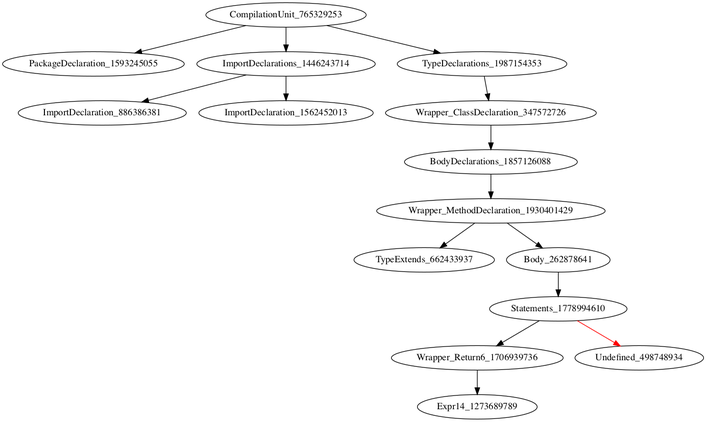
icse2023material/VoiceJava keeps this Graphviz diagram as holeAST.png. Above is the earlier version. Its source is kept beside it as holeAST.dot.
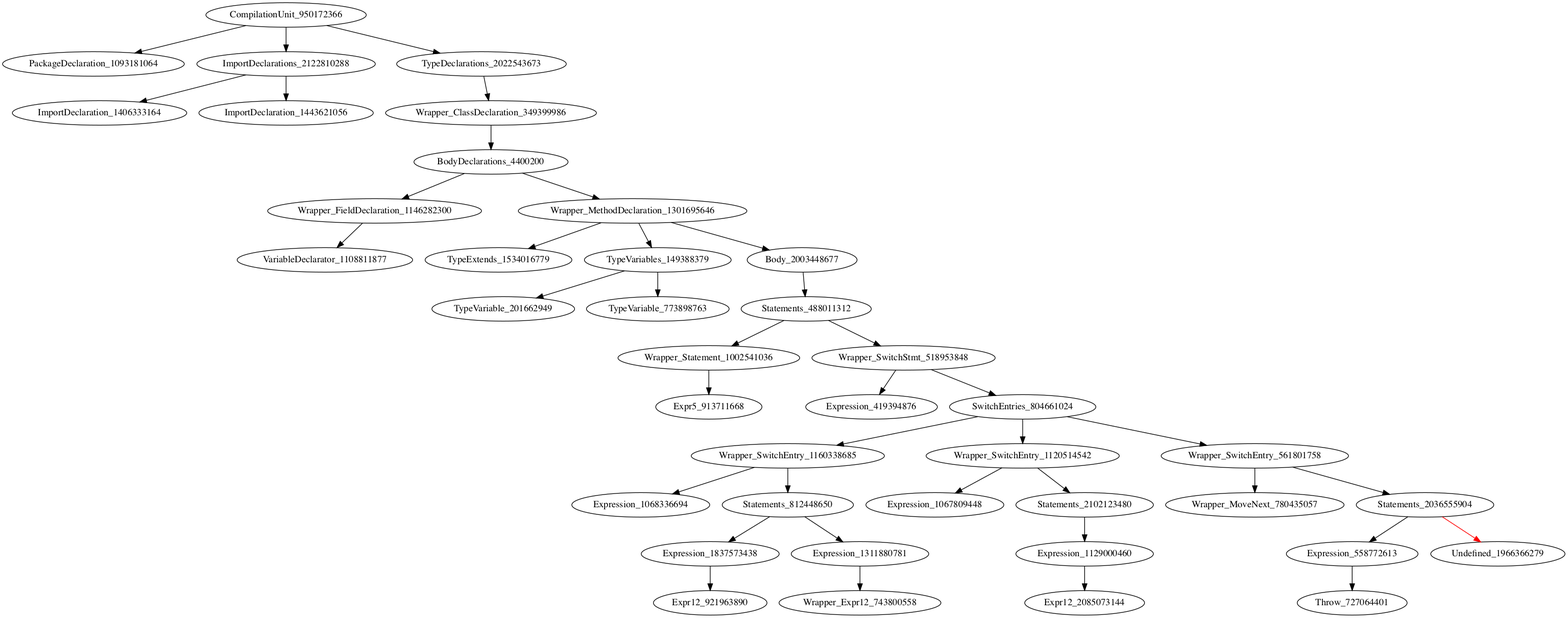
The same diagram one commit later.

Commit message:
[add] throw generation

Diff of the diagram source:
```diff
@@ -1,16 +1,41 @@
 digraph {
-CompilationUnit_765329253 -> PackageDeclaration_1593245055
-CompilationUnit_765329253 -> ImportDeclarations_1446243714
-CompilationUnit_765329253 -> TypeDeclarations_1987154353
-ImportDeclarations_1446243714 -> ImportDeclaration_886386381
-ImportDeclarations_1446243714 -> ImportDeclaration_1562452013
-TypeDeclarations_1987154353 -> Wrapper_ClassDeclaration_347572726
-Wrapper_ClassDeclaration_347572726 -> BodyDeclarations_1857126088
-BodyDeclarations_1857126088 -> Wrapper_MethodDeclaration_1930401429
-Wrapper_MethodDeclaration_1930401429 -> TypeExtends_662433937
-Wrapper_MethodDeclaration_1930401429 -> Body_262878641
-Body_262878641 -> Statements_1778994610
-Statements_1778994610 -> Wrapper_Return6_1706939736
-Statements_1778994610 -> Undefined_498748934 [color = red]
-Wrapper_Return6_1706939736 -> Expr14_1273689789
+CompilationUnit_950172366 -> PackageDeclaration_1093181064
+CompilationUnit_950172366 -> ImportDeclarations_2122810288
+CompilationUnit_950172366 -> TypeDeclarations_2022543673
+ImportDeclarations_2122810288 -> ImportDeclaration_1406333164
+ImportDeclarations_2122810288 -> ImportDeclaration_1443621056
+TypeDeclarations_2022543673 -> Wrapper_ClassDeclaration_349399986
+Wrapper_ClassDeclaration_349399986 -> BodyDeclarations_4400200
+BodyDeclarations_4400200 -> Wrapper_FieldDeclaration_1146282300
+BodyDeclarations_4400200 -> Wrapper_MethodDeclaration_1301695646
+Wrapper_FieldDeclaration_1146282300 -> VariableDeclarator_1108811877
+Wrapper_MethodDeclaration_1301695646 -> TypeExtends_1534016779
+Wrapper_MethodDeclaration_1301695646 -> TypeVariables_149388379
+Wrapper_MethodDeclaration_1301695646 -> Body_2003448677
+TypeVariables_149388379 -> TypeVariable_201662949
+TypeVariables_149388379 -> TypeVariable_773898763
+Body_2003448677 -> Statements_488011312
+Statements_488011312 -> Wrapper_Statement_1002541036
+Statements_488011312 -> Wrapper_SwitchStmt_518953848
+Wrapper_Statement_1002541036 -> Expr5_913711668
+Wrapper_SwitchStmt_518953848 -> Expression_419394876
+Wrapper_SwitchStmt_518953848 -> SwitchEntries_804661024
+SwitchEntries_804661024 -> Wrapper_SwitchEntry_1160338685
+SwitchEntries_804661024 -> Wrapper_SwitchEntry_1120514542
+SwitchEntries_804661024 -> Wrapper_SwitchEntry_561801758
+Wrapper_SwitchEntry_1160338685 -> Expression_1068336694
+Wrapper_SwitchEntry_1160338685 -> Statements_812448650
+Wrapper_SwitchEntry_1120514542 -> Expression_1067809448
+Wrapper_SwitchEntry_1120514542 -> Statements_2102123480
+Wrapper_SwitchEntry_561801758 -> Wrapper_MoveNext_780435057
+Wrapper_SwitchEntry_561801758 -> Statements_2036555904
+Statements_812448650 -> Expression_1837573438
+Statements_812448650 -> Expression_1311880781
+Statements_2102123480 -> Expression_1129000460
+Statements_2036555904 -> Expression_558772613
+Statements_2036555904 -> Undefined_1966366279 [color = red]
+Expression_1837573438 -> Expr12_921963890
+Expression_1311880781 -> Wrapper_Expr12_743800558
+Expression_1129000460 -> Expr12_2085073144
+Expression_558772613 -> Throw_727064401
 }
```
